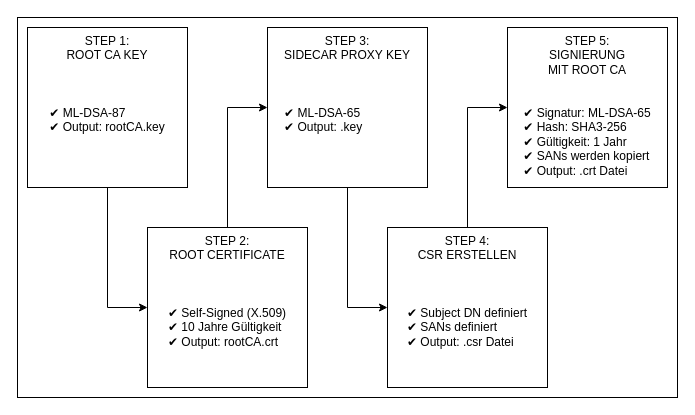
This is abbildungen/Zertifikatserstellungsworkflow.drawio from Rotot3x/MSc-Master-Thesis, a draw.io file, before an edit. Source tidied: cells renumbered, new cells numbered last; positions are measured from the earlier drawing's top-left corner, leaving out a move shared by most shapes. Both pictures are drawn from the tidied source at 100%, with x=0, y=0 at pixel (17, 17).
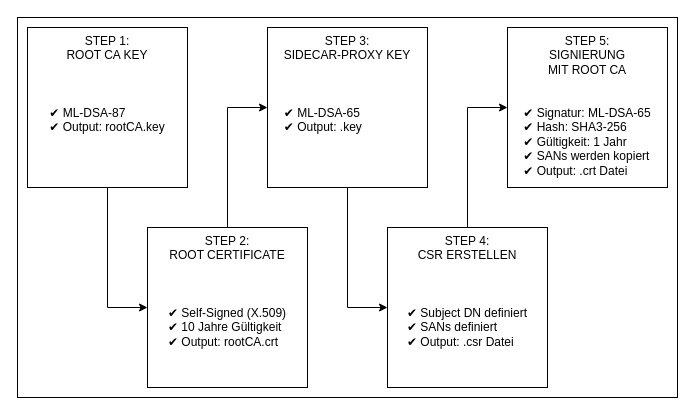
Above is the later version.

Diff of the diagram source:
```diff
@@
 <mxGraphModel>
   <root>
     <mxCell id="0" />
     <mxCell id="1" parent="0" />
     <mxCell id="2" style="rounded=0;whiteSpace=wrap;html=1;" parent="1" vertex="1">
       <mxGeometry width="660" height="380" as="geometry" />
     </mxCell>
     <mxCell id="3" style="edgeStyle=orthogonalEdgeStyle;rounded=0;jettySize=auto;html=1;exitX=0.5;exitY=1;exitDx=0;exitDy=0;entryX=0;entryY=0.5;entryDx=0;entryDy=0;" parent="1" edge="1" source="4" target="6">
       <mxGeometry relative="1" as="geometry" />
     </mxCell>
     <mxCell id="4" value="&lt;div&gt;STEP 1:&lt;br&gt;ROOT CA KEY&lt;/div&gt;&lt;div&gt;&lt;br&gt;&lt;/div&gt;&lt;div&gt;&lt;br&gt;&lt;/div&gt;&lt;div&gt;&lt;br&gt;&lt;/div&gt;&lt;div align=&quot;left&quot;&gt;✔ ML-DSA-87&lt;/div&gt;&lt;div align=&quot;left&quot;&gt;✔ Output: rootCA.key&lt;/div&gt;" style="rounded=0;whiteSpace=wrap;html=1;verticalAlign=top;" parent="1" vertex="1">
       <mxGeometry x="10" y="10" width="160" height="160" as="geometry" />
     </mxCell>
     <mxCell id="5" style="edgeStyle=orthogonalEdgeStyle;rounded=0;jettySize=auto;html=1;exitX=0.5;exitY=0;exitDx=0;exitDy=0;entryX=0;entryY=0.5;entryDx=0;entryDy=0;" parent="1" edge="1" source="6" target="8">
       <mxGeometry relative="1" as="geometry" />
     </mxCell>
     <mxCell id="6" value="STEP 2:&lt;br&gt;&lt;div&gt;ROOT CERTIFICATE&lt;/div&gt;&lt;div&gt;&lt;br&gt;&lt;/div&gt;&lt;div&gt;&lt;br&gt;&lt;/div&gt;&lt;div&gt;&lt;br&gt;&lt;/div&gt;&lt;div align=&quot;left&quot;&gt;✔ Self-Signed (X.509)&lt;/div&gt;&lt;div align=&quot;left&quot;&gt;✔ 10 Jahre Gültigkeit&lt;/div&gt;&lt;div align=&quot;left&quot;&gt;✔ Output: rootCA.crt&lt;/div&gt;" style="rounded=0;whiteSpace=wrap;html=1;verticalAlign=top;" parent="1" vertex="1">
       <mxGeometry x="130" y="210" width="160" height="160" as="geometry" />
     </mxCell>
     <mxCell id="7" style="edgeStyle=orthogonalEdgeStyle;rounded=0;jettySize=auto;html=1;exitX=0.5;exitY=1;exitDx=0;exitDy=0;entryX=0;entryY=0.5;entryDx=0;entryDy=0;" parent="1" edge="1" source="8" target="10">
       <mxGeometry relative="1" as="geometry" />
     </mxCell>
-    <mxCell id="8" value="STEP 3:&lt;br&gt;&lt;div&gt;SIDECAR PROXY KEY&lt;/div&gt;&lt;div align=&quot;left&quot;&gt;&lt;br&gt;&lt;/div&gt;&lt;div align=&quot;left&quot;&gt;&lt;br&gt;&lt;/div&gt;&lt;div align=&quot;left&quot;&gt;&lt;br&gt;&lt;/div&gt;&lt;div align=&quot;left&quot;&gt;✔ ML-DSA-65&lt;/div&gt;&lt;div align=&quot;left&quot;&gt;✔ Output: .key&lt;/div&gt;" style="rounded=0;whiteSpace=wrap;html=1;verticalAlign=top;fontSize=12;" parent="1" vertex="1">
+    <mxCell id="8" value="STEP 3:&lt;br&gt;&lt;div&gt;SIDECAR-PROXY KEY&lt;/div&gt;&lt;div align=&quot;left&quot;&gt;&lt;br&gt;&lt;/div&gt;&lt;div align=&quot;left&quot;&gt;&lt;br&gt;&lt;/div&gt;&lt;div align=&quot;left&quot;&gt;&lt;br&gt;&lt;/div&gt;&lt;div align=&quot;left&quot;&gt;✔ ML-DSA-65&lt;/div&gt;&lt;div align=&quot;left&quot;&gt;✔ Output: .key&lt;/div&gt;" style="rounded=0;whiteSpace=wrap;html=1;verticalAlign=top;fontSize=12;" parent="1" vertex="1">
       <mxGeometry x="250" y="10" width="160" height="160" as="geometry" />
     </mxCell>
     <mxCell id="9" style="edgeStyle=orthogonalEdgeStyle;rounded=0;jettySize=auto;html=1;exitX=0.5;exitY=0;exitDx=0;exitDy=0;entryX=0;entryY=0.5;entryDx=0;entryDy=0;" parent="1" edge="1" source="10" target="11">
       <mxGeometry relative="1" as="geometry" />
     </mxCell>
     <mxCell id="10" value="STEP 4:&lt;br&gt;&lt;div&gt;CSR ERSTELLEN&lt;/div&gt;&lt;div&gt;&lt;br&gt;&lt;/div&gt;&lt;div&gt;&lt;br&gt;&lt;/div&gt;&lt;div&gt;&lt;br&gt;&lt;/div&gt;&lt;div align=&quot;left&quot;&gt;✔ Subject DN definiert&lt;/div&gt;&lt;div align=&quot;left&quot;&gt;✔ SANs definiert&lt;/div&gt;&lt;div align=&quot;left&quot;&gt;✔ Output: .csr Datei&lt;/div&gt;" style="rounded=0;whiteSpace=wrap;html=1;verticalAlign=top;" parent="1" vertex="1">
       <mxGeometry x="370" y="210" width="160" height="160" as="geometry" />
     </mxCell>
     <mxCell id="11" value="STEP 5:&lt;br&gt;SIGNIERUNG&lt;br&gt;&lt;div&gt;MIT ROOT CA&lt;/div&gt;&lt;div&gt;&lt;br&gt;&lt;/div&gt;&lt;div&gt;&lt;br&gt;&lt;/div&gt;&lt;div align=&quot;left&quot;&gt;✔ Signatur: ML-DSA-65&lt;/div&gt;&lt;div align=&quot;left&quot;&gt;✔ Hash: SHA3-256&lt;/div&gt;&lt;div align=&quot;left&quot;&gt;✔ Gültigkeit: 1 Jahr&lt;/div&gt;&lt;div align=&quot;left&quot;&gt;✔ SANs werden kopiert&lt;/div&gt;&lt;div align=&quot;left&quot;&gt;✔ Output: .crt Datei&lt;/div&gt;" style="rounded=0;whiteSpace=wrap;html=1;verticalAlign=top;" parent="1" vertex="1">
       <mxGeometry x="490" y="10" width="160" height="160" as="geometry" />
     </mxCell>
   </root>
 </mxGraphModel>
```
